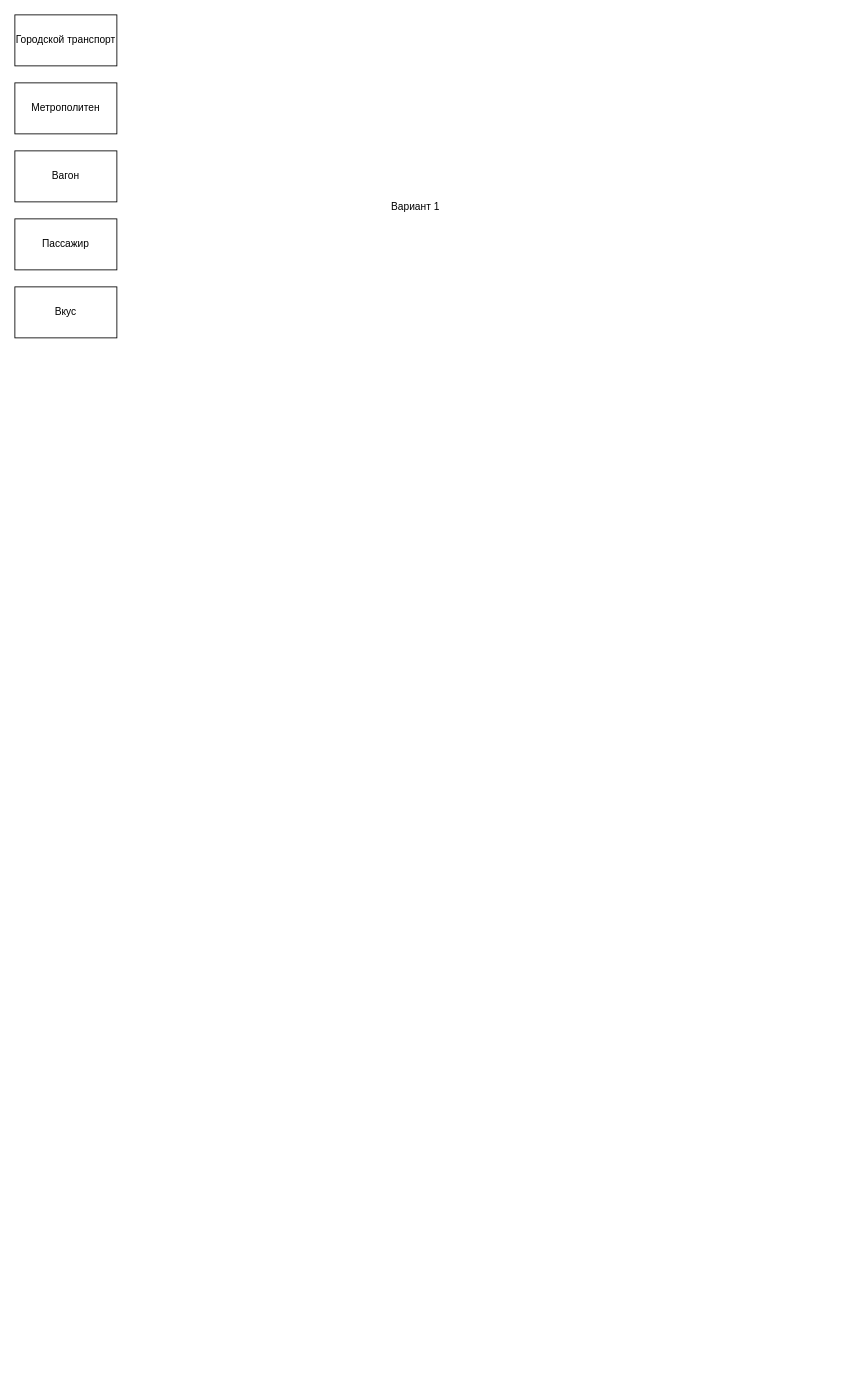
The draw.io diagram DZ1_1.drawio in DMfananddu/DSM, before the edit. Source tidied: cells renumbered, new cells numbered last; positions are measured from the earlier drawing's top-left corner, leaving out a move shared by most shapes. Both pictures are drawn from the tidied source at 85%, with x=0, y=0 at pixel (14, 14).
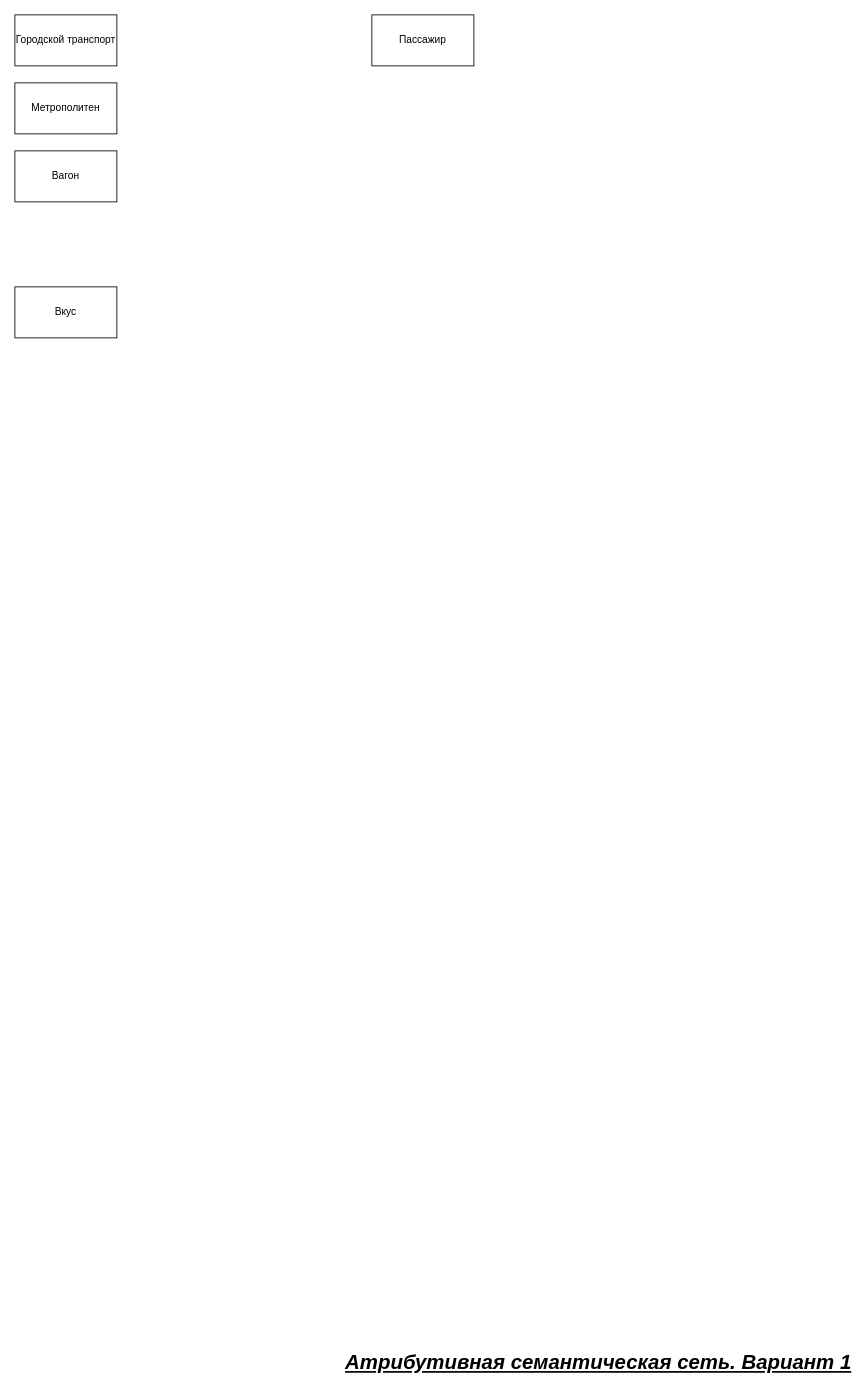
Above is the later version.

What changed in the source:
```diff
@@
 <mxGraphModel>
   <root>
     <mxCell id="0" />
     <mxCell id="1" parent="0" />
     <mxCell id="2" value="Городской транспорт" style="rounded=0;whiteSpace=wrap;html=1;" parent="1" vertex="1">
       <mxGeometry width="120" height="60" as="geometry" />
     </mxCell>
     <mxCell id="3" value="Метрополитен" style="rounded=0;whiteSpace=wrap;html=1;" parent="1" vertex="1">
       <mxGeometry y="80" width="120" height="60" as="geometry" />
     </mxCell>
     <mxCell id="4" value="Вагон" style="rounded=0;whiteSpace=wrap;html=1;" parent="1" vertex="1">
       <mxGeometry y="160" width="120" height="60" as="geometry" />
     </mxCell>
     <mxCell id="5" value="Пассажир" style="rounded=0;whiteSpace=wrap;html=1;" parent="1" vertex="1">
-      <mxGeometry y="240" width="120" height="60" as="geometry" />
+      <mxGeometry x="420" width="120" height="60" as="geometry" />
     </mxCell>
     <mxCell id="6" value="Вкус" style="rounded=0;whiteSpace=wrap;html=1;" parent="1" vertex="1">
       <mxGeometry y="320" width="120" height="60" as="geometry" />
     </mxCell>
-    <mxCell id="7" value="Вариант 1" style="text;html=1;align=left;verticalAlign=top;spacingTop=-4;" parent="1" vertex="1">
-      <mxGeometry x="441" y="216" width="70" height="20" as="geometry" />
-    </mxCell>
+    <mxCell id="8" value="Атрибутивная семантическая сеть. Вариант 1" style="text;html=1;align=left;verticalAlign=top;spacingTop=-4;fontSize=24;fontStyle=7;" parent="1" vertex="1">
+      <mxGeometry x="387" y="1569" width="270" height="20" as="geometry" />
+    </mxCell>
   </root>
 </mxGraphModel>
```
